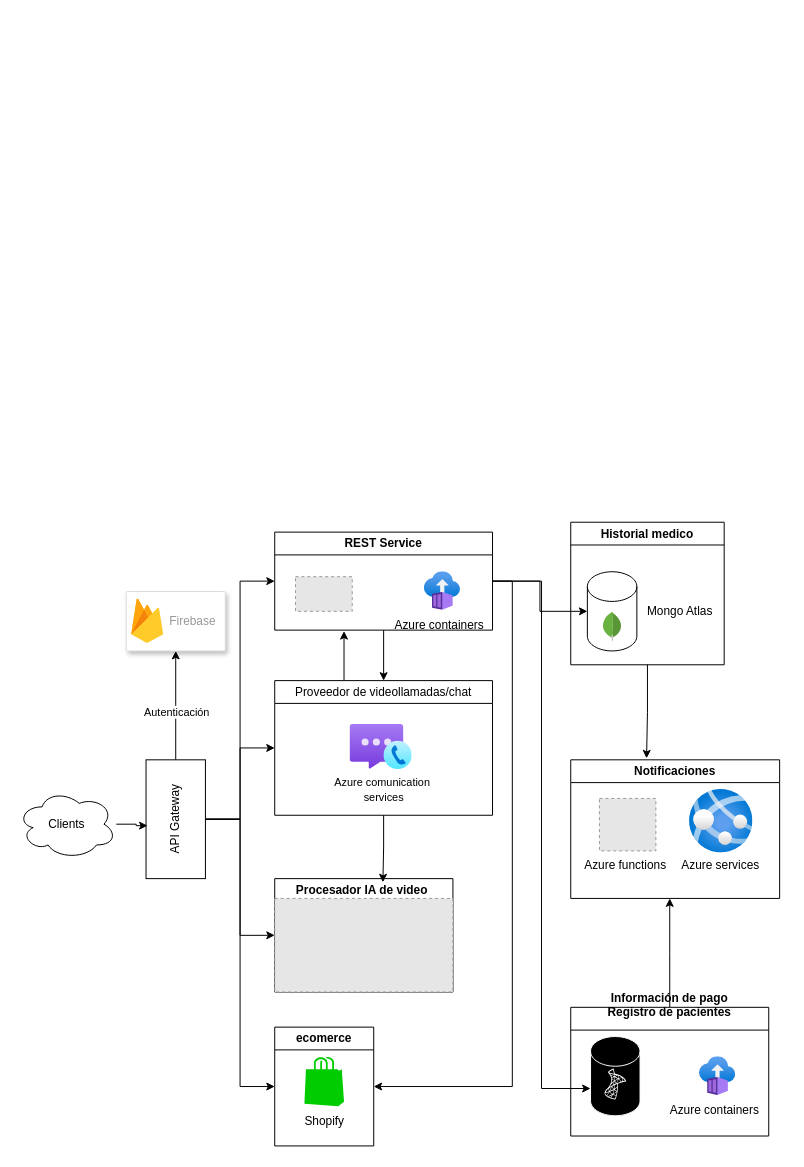
Josue-Echeverria/ProyectoDiseno keeps this draw.io diagram as diseño de arquitectura.drawio. Above is the earlier version. Source tidied: cells renumbered, new cells numbered last; positions are measured from the earlier drawing's top-left corner, leaving out a move shared by most shapes. Both pictures are drawn from the tidied source at 99%, with x=0, y=0 at pixel (17, 522). Pictures stored in the file or linked from it are replaced by grey dashed boxes.
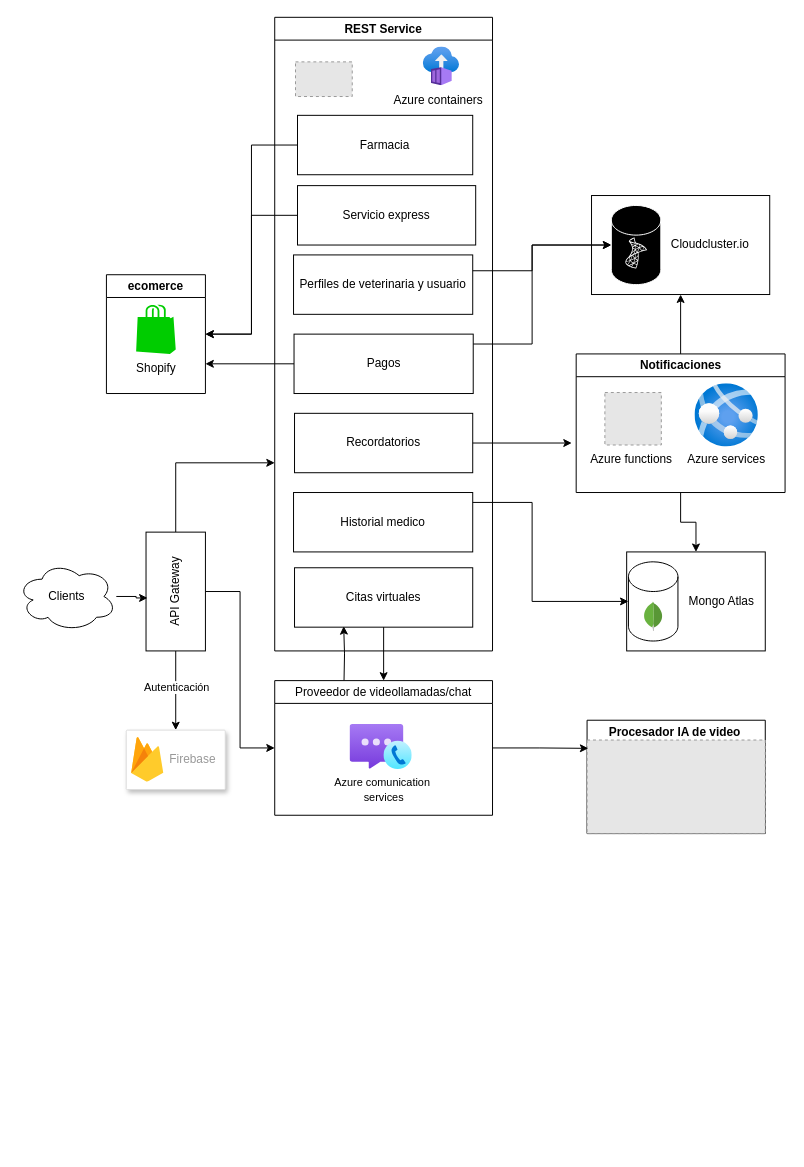
After the change.

The change refers to these unchanged cells:
```xml
<mxCell id="11" value="&lt;span style=&quot;font-weight: 400;&quot;&gt;Proveedor de videollamadas/chat&lt;/span&gt;" style="swimlane;whiteSpace=wrap;html=1;" parent="1" vertex="1">
  <mxGeometry x="260" y="160" width="220" height="136" as="geometry" />
</mxCell>
<mxCell id="23" style="fillColor=#E6E6E6;strokeColor=#999999;dashed=1;verticalLabelPosition=bottom;labelBackgroundColor=default;verticalAlign=top;" parent="22" vertex="1">
  <mxGeometry y="20" width="180" height="94.5" as="geometry" />
</mxCell>
```

Change to the diagram source:
```diff
@@
     <mxCell id="2" value="Clients" style="ellipse;shape=cloud;whiteSpace=wrap;html=1;" parent="1" vertex="1">
-      <mxGeometry y="270" width="100" height="70" as="geometry" />
+      <mxGeometry y="40" width="100" height="70" as="geometry" />
     </mxCell>
-    <mxCell id="3" style="edgeStyle=orthogonalEdgeStyle;rounded=0;jettySize=auto;html=1;entryX=0;entryY=0.5;entryDx=0;entryDy=0;" parent="1" edge="1" source="9" target="16">
-      <mxGeometry relative="1" as="geometry" />
-    </mxCell>
-    <mxCell id="4" style="edgeStyle=orthogonalEdgeStyle;rounded=0;jettySize=auto;html=1;entryX=0;entryY=0.5;entryDx=0;entryDy=0;" parent="1" edge="1" source="9" target="22">
-      <mxGeometry relative="1" as="geometry" />
-    </mxCell>
-    <mxCell id="5" style="edgeStyle=orthogonalEdgeStyle;rounded=0;jettySize=auto;html=1;entryX=0.5;entryY=1;entryDx=0;entryDy=0;" parent="1" edge="1" source="9" target="24">
+    <mxCell id="5" style="edgeStyle=orthogonalEdgeStyle;rounded=0;jettySize=auto;html=1;entryX=0.5;entryY=0;entryDx=0;entryDy=0;" parent="1" edge="1" source="9" target="24">
       <mxGeometry relative="1" as="geometry" />
     </mxCell>
@@
-    <mxCell id="8" style="edgeStyle=orthogonalEdgeStyle;rounded=0;jettySize=auto;html=1;entryX=0;entryY=0.5;entryDx=0;entryDy=0;" parent="1" edge="1" source="9" target="19">
-      <mxGeometry relative="1" as="geometry" />
-    </mxCell>
+    <mxCell id="52" style="edgeStyle=orthogonalEdgeStyle;rounded=0;jettySize=auto;html=1;" parent="1" edge="1" source="9">
+      <mxGeometry relative="1" as="geometry">
+        <mxPoint x="260" y="-60" as="targetPoint" />
+        <Array as="points">
+          <mxPoint x="160" y="-60" />
+        </Array>
+      </mxGeometry>
+    </mxCell>
     <mxCell id="9" value="API Gateway" style="rounded=0;whiteSpace=wrap;html=1;rotation=-90;" parent="1" vertex="1">
-      <mxGeometry x="100" y="270" width="120" height="60" as="geometry" />
+      <mxGeometry x="100" y="40" width="120" height="60" as="geometry" />
     </mxCell>
-    <mxCell id="10" style="edgeStyle=orthogonalEdgeStyle;rounded=0;orthogonalLoop=1;jettySize=auto;html=1;" parent="1" edge="1">
+    <mxCell id="10" style="edgeStyle=orthogonalEdgeStyle;rounded=0;jettySize=auto;html=1;entryX=0.276;entryY=0.984;entryDx=0;entryDy=0;entryPerimeter=0;" parent="1" edge="1" target="53">
       <mxGeometry relative="1" as="geometry">
         <mxPoint x="330" y="160" as="sourcePoint" />
-        <mxPoint x="330" y="110" as="targetPoint" />
       </mxGeometry>
     </mxCell>
@@
-    <mxCell id="14" style="edgeStyle=orthogonalEdgeStyle;rounded=0;jettySize=auto;html=1;entryX=1;entryY=0.5;entryDx=0;entryDy=0;" parent="1" edge="1" source="16" target="19">
-      <mxGeometry relative="1" as="geometry">
-        <Array as="points">
-          <mxPoint x="500" y="59" />
-          <mxPoint x="500" y="570" />
-        </Array>
-      </mxGeometry>
-    </mxCell>
-    <mxCell id="15" style="edgeStyle=orthogonalEdgeStyle;rounded=0;jettySize=auto;html=1;" parent="1" edge="1" source="16" target="11">
-      <mxGeometry relative="1" as="geometry" />
-    </mxCell>
     <mxCell id="16" value="REST Service" style="swimlane;whiteSpace=wrap;html=1;" parent="1" vertex="1">
-      <mxGeometry x="260" y="10" width="220" height="99" as="geometry" />
+      <mxGeometry x="260" y="-510" width="220" height="640" as="geometry" />
     </mxCell>
@@
+    <mxCell id="53" value="Citas virtuales" style="rounded=0;whiteSpace=wrap;html=1;" parent="16" vertex="1">
+      <mxGeometry x="20" y="556" width="180" height="60" as="geometry" />
+    </mxCell>
+    <mxCell id="37" value="Historial medico" style="rounded=0;whiteSpace=wrap;html=1;" parent="16" vertex="1">
+      <mxGeometry x="19" y="480" width="181" height="60" as="geometry" />
+    </mxCell>
+    <mxCell id="26" style="group;" parent="16" vertex="1">
+      <mxGeometry x="110" y="30" width="110" height="69" as="geometry" />
+    </mxCell>
+    <mxCell id="27" style="image;html=1;align=center;fontSize=12;image=img/lib/azure2/compute/Container_Instances.svg;strokeColor=default;verticalAlign=middle;fontFamily=Helvetica;fontColor=default;fontStyle=1;fillColor=default;" parent="26" vertex="1">
+      <mxGeometry x="40" width="36.7" height="39" as="geometry" />
+    </mxCell>
+    <mxCell id="28" value="Azure containers" style="text;html=1;align=center;verticalAlign=middle;strokeColor=none;fillColor=none;" parent="26" vertex="1">
+      <mxGeometry y="39" width="110" height="30" as="geometry" />
+    </mxCell>
+    <mxCell id="54" value="Recordatorios" style="rounded=0;whiteSpace=wrap;html=1;" parent="16" vertex="1">
+      <mxGeometry x="20" y="400" width="180" height="60" as="geometry" />
+    </mxCell>
+    <mxCell id="55" style="edgeStyle=orthogonalEdgeStyle;rounded=0;jettySize=auto;html=1;" parent="16" edge="1" source="56">
+      <mxGeometry relative="1" as="geometry">
+        <mxPoint x="-70" y="350" as="targetPoint" />
+        <Array as="points">
+          <mxPoint x="-70" y="350" />
+        </Array>
+      </mxGeometry>
+    </mxCell>
+    <mxCell id="56" value="Pagos" style="rounded=0;whiteSpace=wrap;html=1;" parent="16" vertex="1">
+      <mxGeometry x="19.5" y="320" width="181" height="60" as="geometry" />
+    </mxCell>
+    <mxCell id="57" value="Perfiles de veterinaria y usuario" style="rounded=0;whiteSpace=wrap;html=1;" parent="16" vertex="1">
+      <mxGeometry x="19" y="240" width="181" height="60" as="geometry" />
+    </mxCell>
+    <mxCell id="58" value="Servicio express" style="rounded=0;whiteSpace=wrap;html=1;" parent="16" vertex="1">
+      <mxGeometry x="23" y="170" width="180" height="60" as="geometry" />
+    </mxCell>
+    <mxCell id="59" value="Farmacia" style="rounded=0;whiteSpace=wrap;html=1;" parent="16" vertex="1">
+      <mxGeometry x="23" y="99" width="177" height="60" as="geometry" />
+    </mxCell>
@@
     <mxCell id="19" value="ecomerce" style="swimlane;whiteSpace=wrap;html=1;startSize=23;" parent="1" vertex="1">
-      <mxGeometry x="260" y="510" width="100" height="120" as="geometry" />
+      <mxGeometry x="90" y="-250" width="100" height="120" as="geometry" />
     </mxCell>
@@
     <mxCell id="22" value="Procesador IA de video&amp;nbsp;" style="swimlane;whiteSpace=wrap;html=1;" parent="1" vertex="1">
-      <mxGeometry x="260" y="360" width="180" height="114.5" as="geometry" />
+      <mxGeometry x="575.5" y="200" width="180" height="114.5" as="geometry" />
     </mxCell>
@@
     <mxCell id="24" style="strokeColor=#dddddd;shadow=1;strokeWidth=1;rounded=1;absoluteArcSize=1;arcSize=2;" parent="1" vertex="1">
-      <mxGeometry x="110" y="70" width="100" height="60" as="geometry" />
+      <mxGeometry x="110" y="210" width="100" height="60" as="geometry" />
     </mxCell>
@@
-    <mxCell id="26" style="group;" parent="1" vertex="1">
-      <mxGeometry x="371" y="50" width="110" height="69" as="geometry" />
-    </mxCell>
-    <mxCell id="27" style="image;html=1;align=center;fontSize=12;image=img/lib/azure2/compute/Container_Instances.svg;strokeColor=default;verticalAlign=middle;fontFamily=Helvetica;fontColor=default;fontStyle=1;fillColor=default;" parent="26" vertex="1">
-      <mxGeometry x="40" width="36.7" height="39" as="geometry" />
-    </mxCell>
-    <mxCell id="28" value="Azure containers" style="text;html=1;align=center;verticalAlign=middle;strokeColor=none;fillColor=none;" parent="26" vertex="1">
-      <mxGeometry y="39" width="110" height="30" as="geometry" />
-    </mxCell>
-    <mxCell id="29" style="edgeStyle=orthogonalEdgeStyle;rounded=0;jettySize=auto;html=1;" parent="1" edge="1" source="30">
-      <mxGeometry relative="1" as="geometry">
-        <mxPoint x="659" y="380" as="targetPoint" />
-      </mxGeometry>
-    </mxCell>
-    <mxCell id="30" value="Información de pago&lt;br&gt;Registro de pacientes&lt;div&gt;&lt;br&gt;&lt;div&gt;&lt;br&gt;&lt;/div&gt;&lt;/div&gt;" style="swimlane;whiteSpace=wrap;html=1;" parent="1" vertex="1">
-      <mxGeometry x="559" y="490" width="200" height="130" as="geometry" />
-    </mxCell>
-    <mxCell id="31" style="group;" parent="30" vertex="1">
-      <mxGeometry x="90" y="50" width="110" height="69" as="geometry" />
-    </mxCell>
-    <mxCell id="32" style="image;html=1;align=center;fontSize=12;image=img/lib/azure2/compute/Container_Instances.svg;strokeColor=default;verticalAlign=middle;fontFamily=Helvetica;fontColor=default;fontStyle=1;fillColor=default;" parent="31" vertex="1">
-      <mxGeometry x="40" width="36.7" height="39" as="geometry" />
-    </mxCell>
-    <mxCell id="33" value="Azure containers" style="text;html=1;align=center;verticalAlign=middle;strokeColor=none;fillColor=none;" parent="31" vertex="1">
-      <mxGeometry y="39" width="110" height="30" as="geometry" />
-    </mxCell>
-    <mxCell id="34" style="group;" parent="30" vertex="1">
-      <mxGeometry y="29.5" width="90" height="115" as="geometry" />
-    </mxCell>
-    <mxCell id="35" style="shape=cylinder3;whiteSpace=wrap;html=1;boundedLbl=1;backgroundOutline=1;size=15;fillColor=#000000;gradientColor=none;strokeColor=#FFFFFF;" parent="34" vertex="1">
-      <mxGeometry x="20" width="50" height="80" as="geometry" />
-    </mxCell>
-    <mxCell id="36" style="sketch=0;shadow=1;dashed=0;html=1;strokeColor=none;fillColor=none;labelPosition=center;verticalLabelPosition=bottom;verticalAlign=top;align=center;shape=mxgraph.veeam2.microsoft_sql;strokeWidth=10;" parent="34" vertex="1">
-      <mxGeometry x="28.2" y="26" width="33.6" height="44" as="geometry" />
-    </mxCell>
-    <mxCell id="37" value="Historial medico" style="swimlane;whiteSpace=wrap;html=1;startSize=23;" parent="1" vertex="1">
-      <mxGeometry x="559" width="155" height="144" as="geometry" />
-    </mxCell>
-    <mxCell id="38" style="group;" parent="37" vertex="1">
-      <mxGeometry x="16.8" y="50" width="50" height="80" as="geometry" />
-    </mxCell>
-    <mxCell id="39" style="shape=cylinder3;whiteSpace=wrap;html=1;boundedLbl=1;backgroundOutline=1;size=15;" parent="38" vertex="1">
-      <mxGeometry width="50" height="80" as="geometry" />
-    </mxCell>
-    <mxCell id="40" style="dashed=0;html=1;align=center;labelPosition=center;verticalLabelPosition=bottom;verticalAlign=top;shape=mxgraph.weblogos.mongodb;" parent="38" vertex="1">
-      <mxGeometry x="15.2" y="40" width="19.6" height="30" as="geometry" />
-    </mxCell>
-    <mxCell id="41" value="Mongo Atlas" style="text;html=1;align=center;verticalAlign=middle;strokeColor=none;fillColor=none;" parent="37" vertex="1">
-      <mxGeometry x="65" y="75" width="90" height="30" as="geometry" />
-    </mxCell>
-    <mxCell id="42" style="edgeStyle=orthogonalEdgeStyle;rounded=0;jettySize=auto;html=1;entryX=0.607;entryY=0.032;entryDx=0;entryDy=0;entryPerimeter=0;" parent="1" edge="1" source="11" target="22">
+    <mxCell id="42" style="edgeStyle=orthogonalEdgeStyle;rounded=0;jettySize=auto;html=1;entryX=0.007;entryY=0.089;entryDx=0;entryDy=0;entryPerimeter=0;" parent="1" edge="1" source="11" target="23">
       <mxGeometry relative="1" as="geometry" />
     </mxCell>
+    <mxCell id="60" style="edgeStyle=orthogonalEdgeStyle;rounded=0;jettySize=auto;html=1;entryX=0.5;entryY=0;entryDx=0;entryDy=0;" parent="1" edge="1" source="43" target="64">
+      <mxGeometry relative="1" as="geometry" />
+    </mxCell>
+    <mxCell id="61" style="edgeStyle=orthogonalEdgeStyle;rounded=0;jettySize=auto;html=1;entryX=0.5;entryY=1;entryDx=0;entryDy=0;" parent="1" edge="1" source="43" target="66">
+      <mxGeometry relative="1" as="geometry" />
+    </mxCell>
     <mxCell id="43" value="Notificaciones" style="swimlane;whiteSpace=wrap;html=1;" parent="1" vertex="1">
-      <mxGeometry x="559" y="240" width="211" height="140" as="geometry" />
+      <mxGeometry x="564.5" y="-170" width="211" height="140" as="geometry" />
     </mxCell>
-    <mxCell id="44" style="group;" parent="43" vertex="1">
+    <mxCell id="44" style="group;rotation=90;" parent="43" vertex="1">
       <mxGeometry y="39" width="110" height="82.9" as="geometry" />
     </mxCell>
@@
-    <mxCell id="49" style="edgeStyle=orthogonalEdgeStyle;rounded=0;jettySize=auto;html=1;entryX=0.363;entryY=-0.011;entryDx=0;entryDy=0;entryPerimeter=0;" parent="1" edge="1" source="37" target="43">
-      <mxGeometry relative="1" as="geometry" />
-    </mxCell>
-    <mxCell id="50" style="edgeStyle=orthogonalEdgeStyle;rounded=0;jettySize=auto;html=1;entryX=0;entryY=0.5;entryDx=0;entryDy=0;entryPerimeter=0;" parent="1" edge="1" source="16" target="39">
-      <mxGeometry relative="1" as="geometry" />
-    </mxCell>
-    <mxCell id="51" style="edgeStyle=orthogonalEdgeStyle;rounded=0;jettySize=auto;html=1;entryX=0;entryY=0;entryDx=0;entryDy=52.5;entryPerimeter=0;" parent="1" edge="1" source="16" target="35">
-      <mxGeometry relative="1" as="geometry" />
-    </mxCell>
+    <mxCell id="62" style="edgeStyle=orthogonalEdgeStyle;rounded=0;jettySize=auto;html=1;entryX=0.5;entryY=0;entryDx=0;entryDy=0;" parent="1" edge="1" source="53" target="11">
+      <mxGeometry relative="1" as="geometry" />
+    </mxCell>
+    <mxCell id="63" style="group;" parent="1" vertex="1">
+      <mxGeometry x="615.5" y="30" width="140" height="100" as="geometry" />
+    </mxCell>
+    <mxCell id="64" style="rounded=0;whiteSpace=wrap;html=1;" parent="63" vertex="1">
+      <mxGeometry width="140" height="100" as="geometry" />
+    </mxCell>
+    <mxCell id="38" style="group;" parent="63" vertex="1">
+      <mxGeometry x="1.8" y="10" width="50" height="80" as="geometry" />
+    </mxCell>
+    <mxCell id="39" style="shape=cylinder3;whiteSpace=wrap;html=1;boundedLbl=1;backgroundOutline=1;size=15;" parent="38" vertex="1">
+      <mxGeometry width="50" height="80" as="geometry" />
+    </mxCell>
+    <mxCell id="40" style="dashed=0;html=1;align=center;labelPosition=center;verticalLabelPosition=bottom;verticalAlign=top;shape=mxgraph.weblogos.mongodb;" parent="38" vertex="1">
+      <mxGeometry x="15.2" y="40" width="19.6" height="30" as="geometry" />
+    </mxCell>
+    <mxCell id="41" value="Mongo Atlas" style="text;html=1;align=center;verticalAlign=middle;strokeColor=none;fillColor=none;" parent="63" vertex="1">
+      <mxGeometry x="50" y="35" width="90" height="30" as="geometry" />
+    </mxCell>
+    <mxCell id="65" style="edgeStyle=orthogonalEdgeStyle;rounded=0;jettySize=auto;html=1;" parent="1" edge="1" source="54">
+      <mxGeometry relative="1" as="geometry">
+        <mxPoint x="560" y="-80" as="targetPoint" />
+        <Array as="points">
+          <mxPoint x="560" y="-80" />
+        </Array>
+      </mxGeometry>
+    </mxCell>
+    <mxCell id="34" style="group;" parent="1" vertex="1">
+      <mxGeometry x="670" y="-330" width="107" height="151" as="geometry" />
+    </mxCell>
+    <mxCell id="66" style="rounded=0;whiteSpace=wrap;html=1;" parent="34" vertex="1">
+      <mxGeometry x="-90" width="180" height="100" as="geometry" />
+    </mxCell>
+    <mxCell id="67" value="Cloudcluster.io" style="text;html=1;align=center;verticalAlign=middle;whiteSpace=wrap;rounded=0;" parent="34" vertex="1">
+      <mxGeometry y="35" width="60" height="30" as="geometry" />
+    </mxCell>
+    <mxCell id="68" style="edgeStyle=orthogonalEdgeStyle;rounded=0;jettySize=auto;html=1;entryX=0;entryY=0.5;entryDx=0;entryDy=0;entryPerimeter=0;" parent="1" edge="1" source="37" target="39">
+      <mxGeometry relative="1" as="geometry">
+        <Array as="points">
+          <mxPoint x="520" y="-20" />
+          <mxPoint x="520" y="80" />
+        </Array>
+      </mxGeometry>
+    </mxCell>
+    <mxCell id="69" style="edgeStyle=orthogonalEdgeStyle;rounded=0;jettySize=auto;html=1;entryX=0;entryY=0.5;entryDx=0;entryDy=0;entryPerimeter=0;" parent="1" edge="1" source="56" target="35">
+      <mxGeometry relative="1" as="geometry">
+        <Array as="points">
+          <mxPoint x="520" y="-180" />
+          <mxPoint x="520" y="-280" />
+        </Array>
+      </mxGeometry>
+    </mxCell>
+    <mxCell id="70" style="group;" parent="1" vertex="1">
+      <mxGeometry x="600" y="-320" width="50" height="80" as="geometry" />
+    </mxCell>
+    <mxCell id="35" style="shape=cylinder3;whiteSpace=wrap;html=1;boundedLbl=1;backgroundOutline=1;size=15;fillColor=#000000;gradientColor=none;strokeColor=#FFFFFF;" parent="70" vertex="1">
+      <mxGeometry width="50" height="80" as="geometry" />
+    </mxCell>
+    <mxCell id="36" style="sketch=0;shadow=1;dashed=0;html=1;strokeColor=none;fillColor=none;labelPosition=center;verticalLabelPosition=bottom;verticalAlign=top;align=center;shape=mxgraph.veeam2.microsoft_sql;strokeWidth=10;" parent="70" vertex="1">
+      <mxGeometry x="8.2" y="26" width="33.6" height="44" as="geometry" />
+    </mxCell>
+    <mxCell id="71" style="edgeStyle=orthogonalEdgeStyle;rounded=0;jettySize=auto;html=1;entryX=0;entryY=0.5;entryDx=0;entryDy=0;entryPerimeter=0;" parent="1" edge="1" source="57" target="35">
+      <mxGeometry relative="1" as="geometry">
+        <Array as="points">
+          <mxPoint x="520" y="-254" />
+          <mxPoint x="520" y="-280" />
+        </Array>
+      </mxGeometry>
+    </mxCell>
+    <mxCell id="72" style="edgeStyle=orthogonalEdgeStyle;rounded=0;jettySize=auto;html=1;entryX=1;entryY=0.5;entryDx=0;entryDy=0;" parent="1" edge="1" source="59" target="19">
+      <mxGeometry relative="1" as="geometry" />
+    </mxCell>
+    <mxCell id="73" style="edgeStyle=orthogonalEdgeStyle;rounded=0;jettySize=auto;html=1;entryX=1;entryY=0.5;entryDx=0;entryDy=0;" parent="1" edge="1" source="58" target="19">
+      <mxGeometry relative="1" as="geometry" />
+    </mxCell>
```
